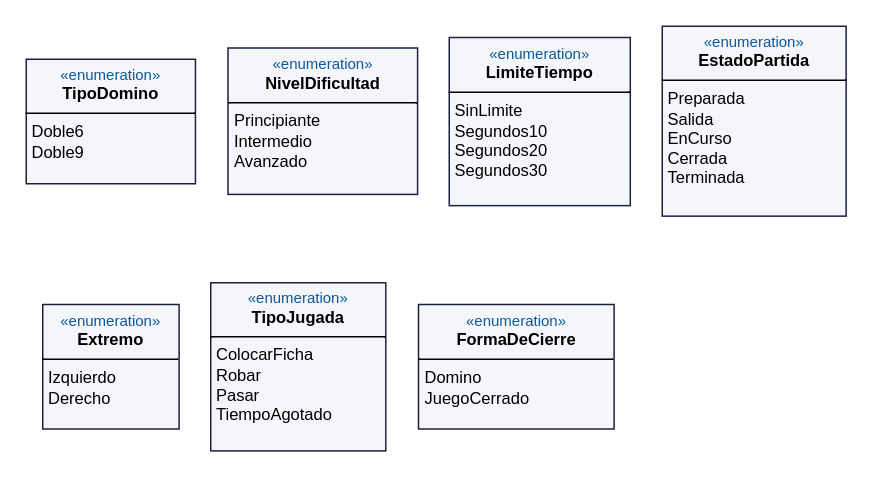
Before: Documentación/diagramas/enumeraciones.drawio in DevJulianSanchez/domino-con-patrones, a draw.io diagram. Source tidied: cells renumbered, new cells numbered last; positions are measured from the earlier drawing's top-left corner, leaving out a move shared by most shapes. Both pictures are drawn from the tidied source at 150%, with x=0, y=0 at pixel (26, 26).
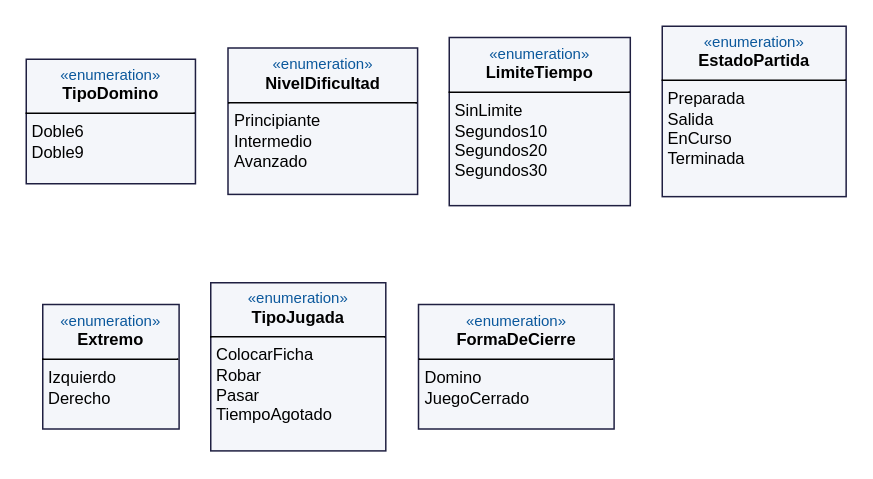
After the change.

The edit, as a diff of the source:
```diff
@@
 <mxGraphModel>
   <root>
     <mxCell id="0" />
     <mxCell id="1" parent="0" />
     <mxCell id="2" value="&lt;p style=&quot;margin:0px;margin-top:4px;text-align:center;&quot;&gt;&lt;span style=&quot;color:#0B589C;font-size:10px&quot;&gt;«enumeration»&lt;/span&gt;&lt;br&gt;&lt;b&gt;TipoDomino&lt;/b&gt;&lt;/p&gt;&lt;hr size=&quot;1&quot; style=&quot;border-style:solid;&quot;&gt;&lt;p style=&quot;margin:0px;margin-left:4px;&quot;&gt;Doble6&lt;br&gt;Doble9&lt;/p&gt;" style="verticalAlign=top;align=left;overflow=fill;html=1;whiteSpace=wrap;fillColor=#F4F6FA;strokeColor=#1F1F41;fontFamily=Arial;fontSize=11;" parent="1" vertex="1">
       <mxGeometry y="22" width="112.8" height="83" as="geometry" />
     </mxCell>
     <mxCell id="3" value="&lt;p style=&quot;margin:0px;margin-top:4px;text-align:center;&quot;&gt;&lt;span style=&quot;color:#0B589C;font-size:10px&quot;&gt;«enumeration»&lt;/span&gt;&lt;br&gt;&lt;b&gt;NivelDificultad&lt;/b&gt;&lt;/p&gt;&lt;hr size=&quot;1&quot; style=&quot;border-style:solid;&quot;&gt;&lt;p style=&quot;margin:0px;margin-left:4px;&quot;&gt;Principiante&lt;br&gt;Intermedio&lt;br&gt;Avanzado&lt;/p&gt;" style="verticalAlign=top;align=left;overflow=fill;html=1;whiteSpace=wrap;fillColor=#F4F6FA;strokeColor=#1F1F41;fontFamily=Arial;fontSize=11;" parent="1" vertex="1">
       <mxGeometry x="134.5" y="14.5" width="126.4" height="97.6" as="geometry" />
     </mxCell>
     <mxCell id="4" value="&lt;p style=&quot;margin:0px;margin-top:4px;text-align:center;&quot;&gt;&lt;span style=&quot;color:#0B589C;font-size:10px&quot;&gt;«enumeration»&lt;/span&gt;&lt;br&gt;&lt;b&gt;LimiteTiempo&lt;/b&gt;&lt;/p&gt;&lt;hr size=&quot;1&quot; style=&quot;border-style:solid;&quot;&gt;&lt;p style=&quot;margin:0px;margin-left:4px;&quot;&gt;SinLimite&lt;br&gt;Segundos10&lt;br&gt;Segundos20&lt;br&gt;Segundos30&lt;/p&gt;" style="verticalAlign=top;align=left;overflow=fill;html=1;whiteSpace=wrap;fillColor=#F4F6FA;strokeColor=#1F1F41;fontFamily=Arial;fontSize=11;" parent="1" vertex="1">
       <mxGeometry x="282" y="7.5" width="120.7" height="112.1" as="geometry" />
     </mxCell>
-    <mxCell id="5" value="&lt;p style=&quot;margin:0px;margin-top:4px;text-align:center;&quot;&gt;&lt;span style=&quot;color:#0B589C;font-size:10px&quot;&gt;«enumeration»&lt;/span&gt;&lt;br&gt;&lt;b&gt;EstadoPartida&lt;/b&gt;&lt;/p&gt;&lt;hr size=&quot;1&quot; style=&quot;border-style:solid;&quot;&gt;&lt;p style=&quot;margin:0px;margin-left:4px;&quot;&gt;Preparada&lt;br&gt;Salida&lt;br&gt;EnCurso&lt;br&gt;Cerrada&lt;br&gt;Terminada&lt;/p&gt;" style="verticalAlign=top;align=left;overflow=fill;html=1;whiteSpace=wrap;fillColor=#F4F6FA;strokeColor=#1F1F41;fontFamily=Arial;fontSize=11;" parent="1" vertex="1">
-      <mxGeometry x="424" width="122.6" height="126.6" as="geometry" />
+    <mxCell id="5" value="&lt;p style=&quot;margin:0px;margin-top:4px;text-align:center;&quot;&gt;&lt;span style=&quot;color:#0B589C;font-size:10px&quot;&gt;«enumeration»&lt;/span&gt;&lt;br&gt;&lt;b&gt;EstadoPartida&lt;/b&gt;&lt;/p&gt;&lt;hr size=&quot;1&quot; style=&quot;border-style:solid;&quot;&gt;&lt;p style=&quot;margin:0px;margin-left:4px;&quot;&gt;Preparada&lt;br&gt;Salida&lt;br&gt;EnCurso&lt;br&gt;Terminada&lt;/p&gt;" style="verticalAlign=top;align=left;overflow=fill;html=1;whiteSpace=wrap;fillColor=#F4F6FA;strokeColor=#1F1F41;fontFamily=Arial;fontSize=11;" parent="1" vertex="1">
+      <mxGeometry x="424" width="122.6" height="113.6" as="geometry" />
     </mxCell>
     <mxCell id="6" value="&lt;p style=&quot;margin:0px;margin-top:4px;text-align:center;&quot;&gt;&lt;span style=&quot;color:#0B589C;font-size:10px&quot;&gt;«enumeration»&lt;/span&gt;&lt;br&gt;&lt;b&gt;Extremo&lt;/b&gt;&lt;/p&gt;&lt;hr size=&quot;1&quot; style=&quot;border-style:solid;&quot;&gt;&lt;p style=&quot;margin:0px;margin-left:4px;&quot;&gt;Izquierdo&lt;br&gt;Derecho&lt;/p&gt;" style="verticalAlign=top;align=left;overflow=fill;html=1;whiteSpace=wrap;fillColor=#F4F6FA;strokeColor=#1F1F41;fontFamily=Arial;fontSize=11;" parent="1" vertex="1">
       <mxGeometry x="11" y="185.5" width="90.9" height="83" as="geometry" />
     </mxCell>
     <mxCell id="7" value="&lt;p style=&quot;margin:0px;margin-top:4px;text-align:center;&quot;&gt;&lt;span style=&quot;color:#0B589C;font-size:10px&quot;&gt;«enumeration»&lt;/span&gt;&lt;br&gt;&lt;b&gt;TipoJugada&lt;/b&gt;&lt;/p&gt;&lt;hr size=&quot;1&quot; style=&quot;border-style:solid;&quot;&gt;&lt;p style=&quot;margin:0px;margin-left:4px;&quot;&gt;ColocarFicha&lt;br&gt;Robar&lt;br&gt;Pasar&lt;br&gt;TiempoAgotado&lt;/p&gt;" style="verticalAlign=top;align=left;overflow=fill;html=1;whiteSpace=wrap;fillColor=#F4F6FA;strokeColor=#1F1F41;fontFamily=Arial;fontSize=11;" parent="1" vertex="1">
       <mxGeometry x="123" y="171" width="116.7" height="112.1" as="geometry" />
     </mxCell>
     <mxCell id="8" value="&lt;p style=&quot;margin:0px;margin-top:4px;text-align:center;&quot;&gt;&lt;span style=&quot;color:#0B589C;font-size:10px&quot;&gt;«enumeration»&lt;/span&gt;&lt;br&gt;&lt;b&gt;FormaDeCierre&lt;/b&gt;&lt;/p&gt;&lt;hr size=&quot;1&quot; style=&quot;border-style:solid;&quot;&gt;&lt;p style=&quot;margin:0px;margin-left:4px;&quot;&gt;Domino&lt;br&gt;JuegoCerrado&lt;/p&gt;" style="verticalAlign=top;align=left;overflow=fill;html=1;whiteSpace=wrap;fillColor=#F4F6FA;strokeColor=#1F1F41;fontFamily=Arial;fontSize=11;" parent="1" vertex="1">
       <mxGeometry x="261.5" y="185.5" width="130.4" height="83" as="geometry" />
     </mxCell>
   </root>
 </mxGraphModel>
```
